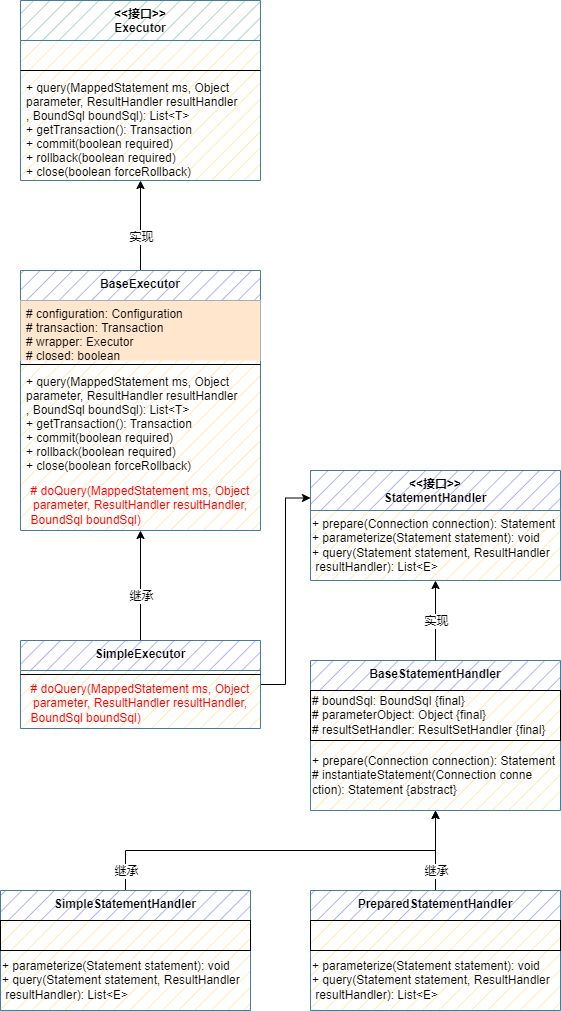
Before: wzz-mybatis/mybatis-step-06(Sql方法执行器).drawio.png, a diagram exported from draw.io (wsxzei/markdown-photos). Source tidied: cells renumbered, new cells last; positions are measured from the earlier drawing's top-left corner, leaving out a move shared by most shapes.
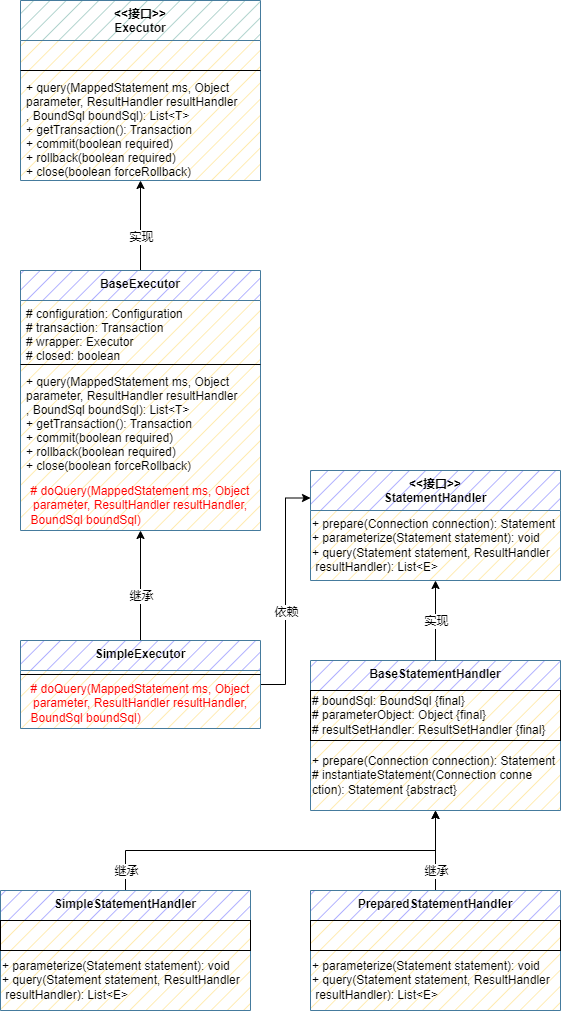
After the commit.

Commit message:
更新mybatis-step-06(Sql方法执行器).drawio.png

The edit, as a diff of the source:
```diff
@@ -11,7 +11,7 @@
     <mxCell id="4" value="BaseExecutor" style="swimlane;fontStyle=1;align=center;verticalAlign=top;horizontal=1;startSize=30;gradientColor=none;swimlaneFillColor=#FFE599;fillStyle=hatch;fillColor=#9999FF;strokeColor=#457B9D;" parent="1" vertex="1">
       <mxGeometry x="20" y="270" width="240" height="260" as="geometry" />
     </mxCell>
-    <mxCell id="5" value="# configuration: Configuration&#10;# transaction: Transaction&#10;# wrapper: Executor&#10;# closed: boolean" style="text;strokeColor=none;fillColor=#ffe6cc;align=left;verticalAlign=top;spacingLeft=4;spacingRight=4;overflow=hidden;" parent="4" vertex="1">
+    <mxCell id="5" value="# configuration: Configuration&#10;# transaction: Transaction&#10;# wrapper: Executor&#10;# closed: boolean" style="text;strokeColor=none;fillColor=none;align=left;verticalAlign=top;spacingLeft=4;spacingRight=4;overflow=hidden;" parent="4" vertex="1">
       <mxGeometry y="30" width="240" height="60" as="geometry" />
     </mxCell>
     <mxCell id="6" style="line;strokeWidth=1;fillColor=none;align=left;verticalAlign=middle;spacingTop=-1;spacingLeft=3;spacingRight=3;labelPosition=right;" parent="4" vertex="1">
@@ -44,6 +44,9 @@
     <mxCell id="15" style="edgeStyle=orthogonalEdgeStyle;rounded=0;jettySize=auto;html=1;fontColor=#000000;entryX=0;entryY=0.25;entryDx=0;entryDy=0;" parent="1" edge="1" source="16" target="19">
       <mxGeometry relative="1" as="geometry" />
     </mxCell>
+    <mxCell id="37" value="依赖" style="edgeLabel;html=1;align=center;verticalAlign=middle;fontColor=#000000;" parent="15" vertex="1">
+      <mxGeometry x="-0.17" relative="1" as="geometry" />
+    </mxCell>
     <mxCell id="16" value="SimpleExecutor" style="swimlane;fontStyle=1;align=center;verticalAlign=top;horizontal=1;startSize=30;gradientColor=none;swimlaneFillColor=#FFE599;fillStyle=hatch;fillColor=#9999FF;strokeColor=#457B9D;" parent="1" vertex="1">
       <mxGeometry x="20" y="640" width="240" height="88" as="geometry" />
     </mxCell>
```
